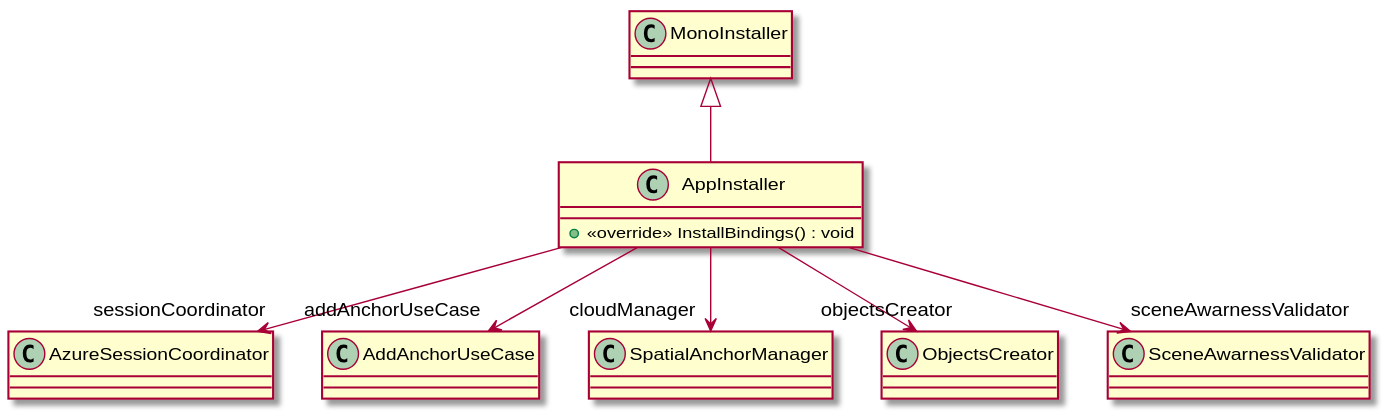
The PlantUML diagram UML/Assets/Scripts/AppInstaller.svg in DeNatur/ProductionFloorVisualization, before a commit. The source it was exported from:
```plantuml
@startuml
class AppInstaller {
    + <<override>> InstallBindings() : void
}
MonoInstaller <|-- AppInstaller
AppInstaller --> "sessionCoordinator" AzureSessionCoordinator
AppInstaller --> "addAnchorUseCase" AddAnchorUseCase
AppInstaller --> "cloudManager" SpatialAnchorManager
AppInstaller --> "objectsCreator" ObjectsCreator
AppInstaller --> "sceneAwarnessValidator" SceneAwarnessValidator
@enduml
```
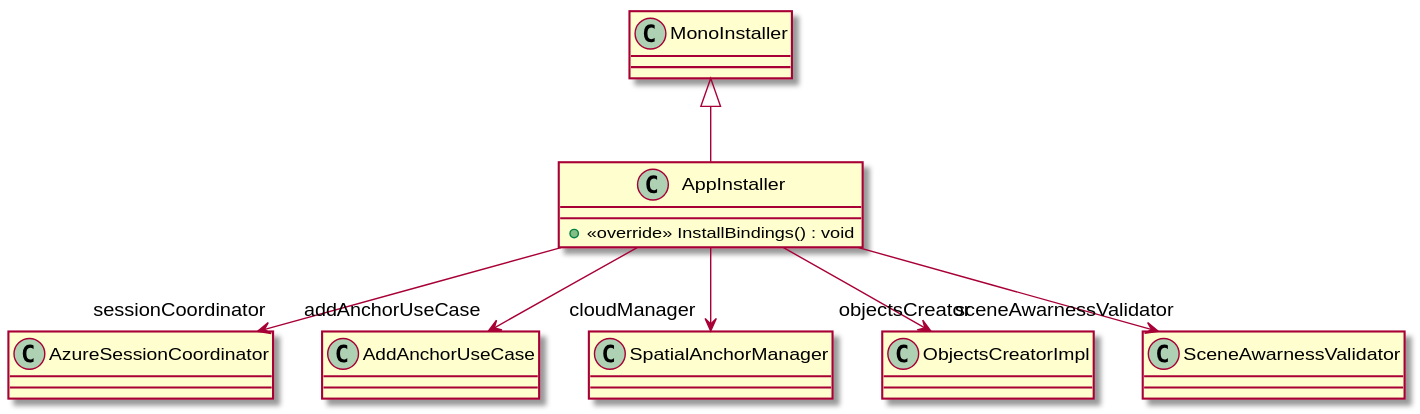
The same diagram one commit later.

Change to the diagram source:
```diff
@@ -6,6 +6,6 @@
 AppInstaller --> "sessionCoordinator" AzureSessionCoordinator
 AppInstaller --> "addAnchorUseCase" AddAnchorUseCase
 AppInstaller --> "cloudManager" SpatialAnchorManager
-AppInstaller --> "objectsCreator" ObjectsCreator
+AppInstaller --> "objectsCreator" ObjectsCreatorImpl
 AppInstaller --> "sceneAwarnessValidator" SceneAwarnessValidator
 @enduml
```
